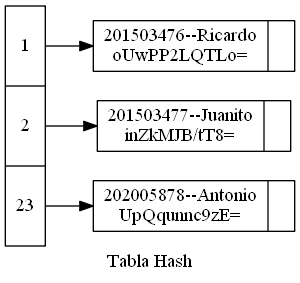
hr9457/EDD_1S2020_PY2_201314296 keeps this Graphviz diagram as EDD_Proyecto2/Reportes/Hash.png. Above is the earlier version. Its source is kept beside it as EDD_Proyecto2/ArchivosDot/Hash.dot.
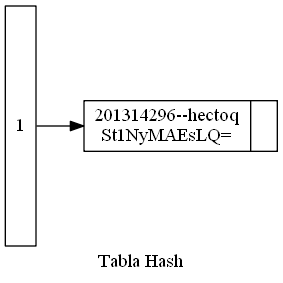
The same diagram one commit later.

Change to the diagram source:
```diff
@@ -2,13 +2,9 @@
 nodesep=0.08;
 rankdir=LR;
 node [shape=record,width=0.1,height=0.1];
-nodo0 [label = "  <f0>1| <f1>2| <f2>23 " , height=2.5];
-nodo1[label = " {201503476--Ricardo\noUwPP2LQTLo=|}"];
-nodo2[label = " {201503477--Juanito\ninZkMJB/tT8=|}"];
-nodo3[label = " {202005878--Antonio\nUpQqunnc9zE=|}"];
+nodo0 [label = "  <f0>1 " , height=2.5];
+nodo1[label = " {201314296--hectoq\nSt1NyMAEsLQ=|}"];
 
 nodo0:f0->nodo1
-nodo0:f1->nodo2
-nodo0:f2->nodo3
 label = " Tabla Hash ";
 }
```
